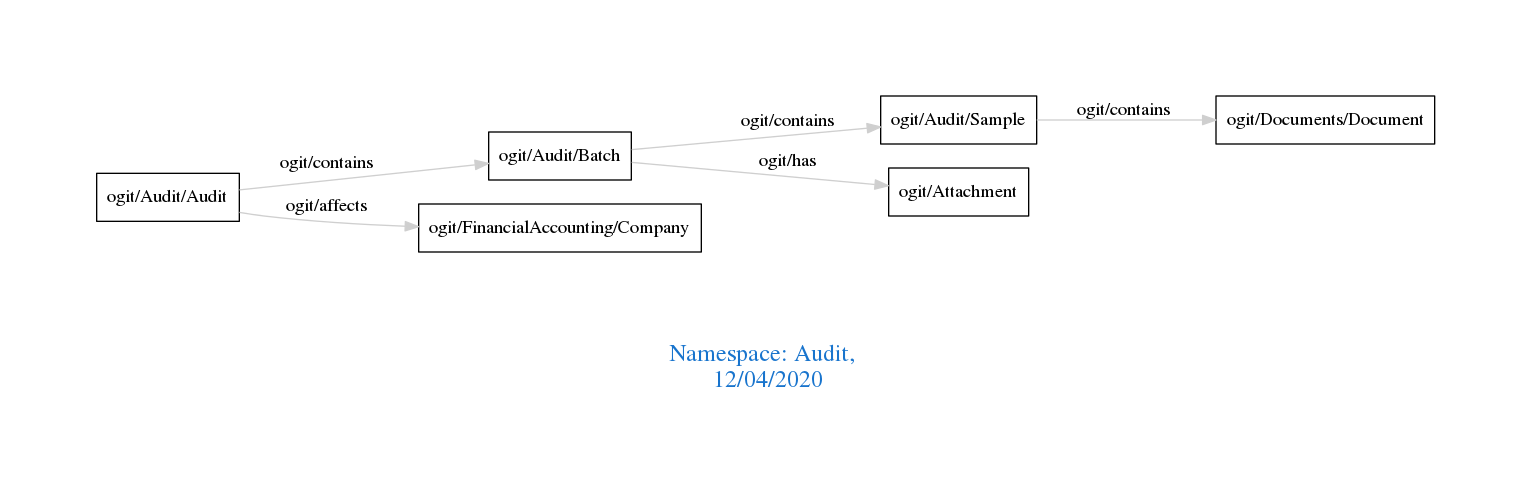
Above: downloads/Audit.png in arago/OGIT (Graphviz), before the change. Its source is kept beside it as downloads/Audit.dot.
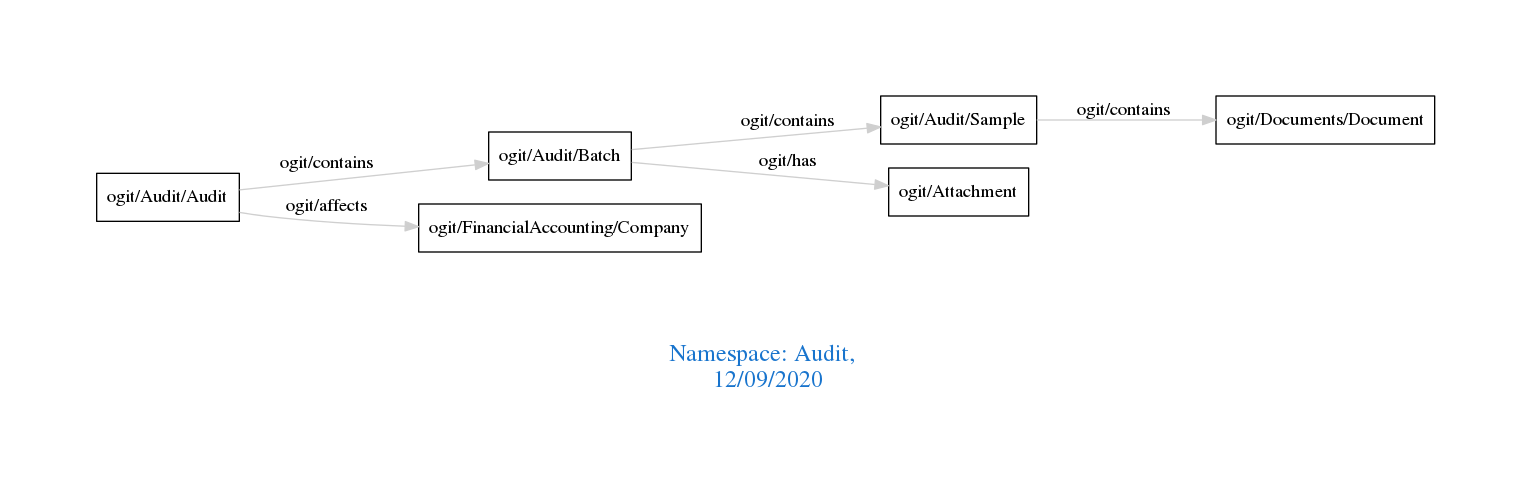
After the commit.

What changed in the source:
```diff
@@ -1,7 +1,7 @@
 digraph OGIT_ontology {
  graph [ rankdir= LR,pad=1
 fontsize = 18,
-fontcolor= dodgerblue3,label = "\n\n\nNamespace: Audit, \n 12/04/2020"];
+fontcolor= dodgerblue3,label = "\n\n\nNamespace: Audit, \n 12/09/2020"];
 node[shape=polygon];
 edge [  color="gray81"];
 
```
